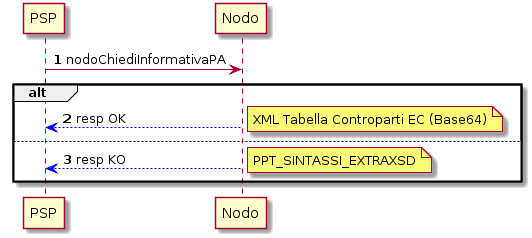
Above: _docs/media_FunzioniStrategieRecupero/media/image8.png in pagopa-archive/pagopa-specifichepagamenti-docs (PlantUML), before the change. Its diagram source:
```plantuml
@startuml
autonumber

PSP -> Nodo: nodoChiediInformativaPA
alt
Nodo -[#0000FF]-> PSP:resp OK
note right: XML Tabella Controparti EC (Base64)
else
Nodo -[#0000FF]-> PSP:resp KO
note right:PPT_SINTASSI_EXTRAXSD

end alt
@enduml
```
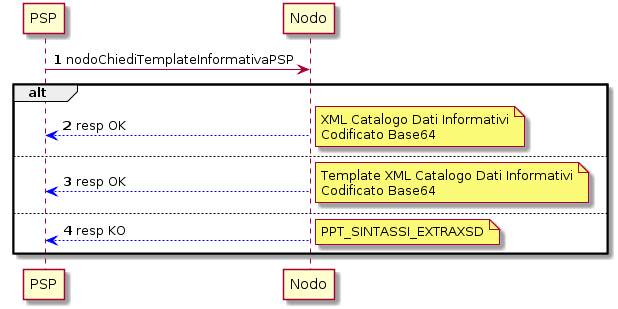
After the change.

Change to the diagram source:
```diff
@@ -1,13 +1,17 @@
 @startuml
 autonumber
 
-PSP -> Nodo: nodoChiediInformativaPA
+PSP -> Nodo: nodoChiediTemplateInformativaPSP
 alt
 Nodo -[#0000FF]-> PSP:resp OK
-note right: XML Tabella Controparti EC (Base64)
+note right: XML Catalogo Dati Informativi\nCodificato Base64
+else
+Nodo -[#0000FF]-> PSP:resp OK
+note right: Template XML Catalogo Dati Informativi\nCodificato Base64
 else
 Nodo -[#0000FF]-> PSP:resp KO
 note right:PPT_SINTASSI_EXTRAXSD
 
+
 end alt
 @enduml
```
